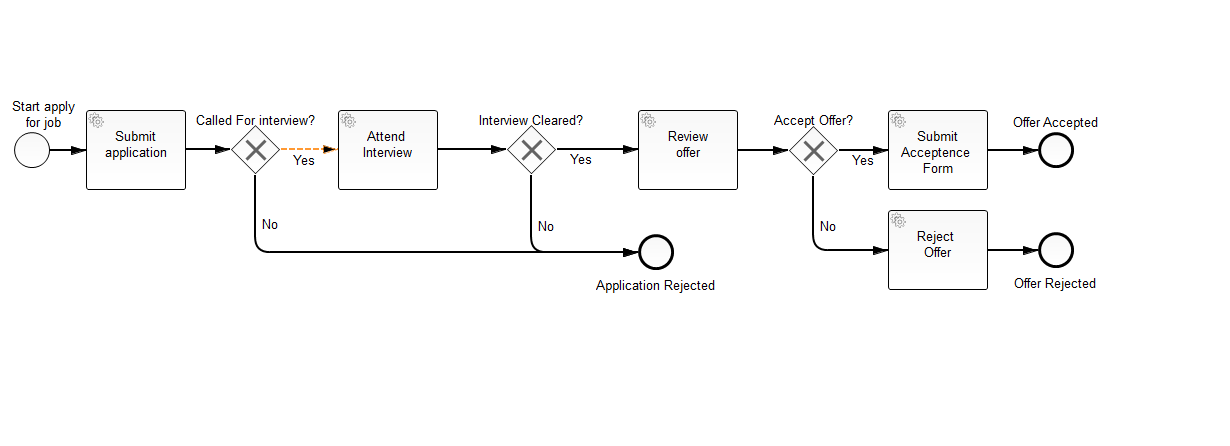
ushanandhan/springprojects keeps this BPMN diagram as Spring-Boot-Camel-Camunda/src/main/resources/applyForJob.png. Above is the earlier version. Its source is kept beside it as Spring-Boot-Camel-Camunda/src/main/resources/applyForJob.bpmn. Ids are renumbered.
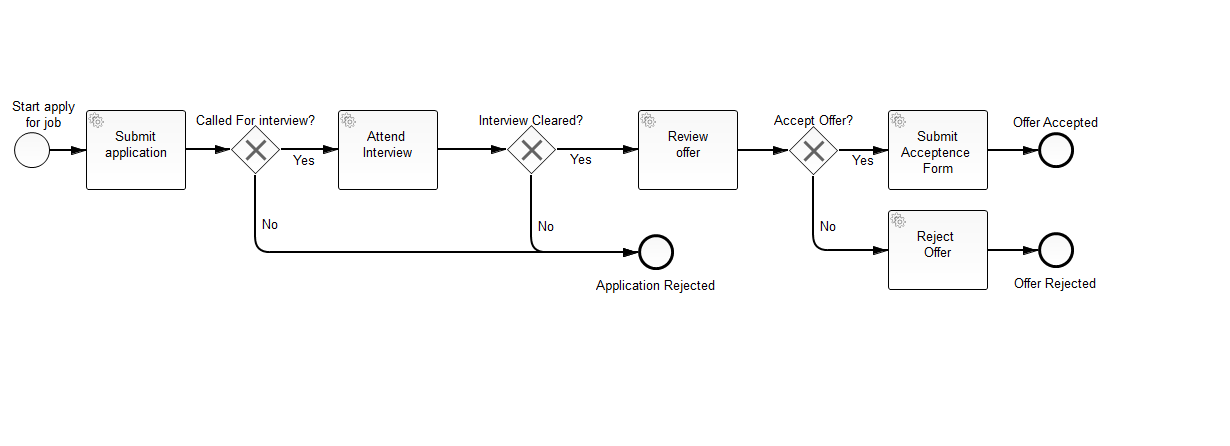
Above is the later version.

Change to the diagram source:
```diff
@@ -1,6 +1,6 @@
 <bpmn2:definitions xmlns:xsi="http://www.w3.org/2001/XMLSchema-instance" xmlns:bpmn2="http://www.omg.org/spec/BPMN/20100524/MODEL" xmlns:bpmndi="http://www.omg.org/spec/BPMN/20100524/DI" xmlns:camunda="http://activiti.org/bpmn" xmlns:dc="http://www.omg.org/spec/DD/20100524/DC" xmlns:di="http://www.omg.org/spec/DD/20100524/DI" xsi:schemaLocation="http://www.omg.org/spec/BPMN/20100524/MODEL BPMN20.xsd" id="_Ly9WYMWkEeiStfGgV75Kuw" exporter="camunda modeler" exporterVersion="2.7.1" targetNamespace="http://activiti.org/bpmn">
-  <bpmn2:process id="applyForJobProcess" name="Apply_For_Job" isExecutable="false">
-    <bpmn2:serviceTask id="ServiceTask_3" name="Review&#xD;&#xA;offer">
+  <bpmn2:process id="applyForJobProcess" name="Apply_For_Job" isExecutable="true">
+    <bpmn2:serviceTask id="ServiceTask_3" camunda:expression="${interviewProcessEngine.reviewOffer(execution)}" name="Review&#xD;&#xA;offer">
       <bpmn2:incoming>SequenceFlow_8</bpmn2:incoming>
       <bpmn2:outgoing>SequenceFlow_10</bpmn2:outgoing>
     </bpmn2:serviceTask>
@@ -8,52 +8,50 @@
       <bpmn2:outgoing>SequenceFlow_1</bpmn2:outgoing>
     </bpmn2:startEvent>
     <bpmn2:sequenceFlow id="SequenceFlow_1" name="" sourceRef="StartEvent_1" targetRef="ServiceTask_1"/>
-    <bpmn2:serviceTask id="ServiceTask_1" camunda:expression="${interviewProcessEngine.SubmitApplication(execution)}" name="Submit application">
+    <bpmn2:serviceTask id="ServiceTask_1" camunda:expression="${interviewProcessEngine.submitApplication(execution)}" name="Submit application">
       <bpmn2:incoming>SequenceFlow_1</bpmn2:incoming>
       <bpmn2:outgoing>SequenceFlow_4</bpmn2:outgoing>
     </bpmn2:serviceTask>
     <bpmn2:sequenceFlow id="SequenceFlow_4" name="" sourceRef="ServiceTask_1" targetRef="ExclusiveGateway_1"/>
-    <bpmn2:exclusiveGateway id="ExclusiveGateway_1" name="Called For interview?">
+    <bpmn2:exclusiveGateway id="ExclusiveGateway_1" name="Called For interview?" default="SequenceFlow_9">
       <bpmn2:incoming>SequenceFlow_4</bpmn2:incoming>
       <bpmn2:outgoing>SequenceFlow_5</bpmn2:outgoing>
-      <bpmn2:outgoing>SequenceFlow_13</bpmn2:outgoing>
+      <bpmn2:outgoing>SequenceFlow_9</bpmn2:outgoing>
     </bpmn2:exclusiveGateway>
     <bpmn2:sequenceFlow id="SequenceFlow_5" name="Yes" sourceRef="ExclusiveGateway_1" targetRef="ServiceTask_2">
-      <bpmn2:conditionExpression xsi:type="bpmn2:tFormalExpression"></bpmn2:conditionExpression>
+      <bpmn2:conditionExpression xsi:type="bpmn2:tFormalExpression">${interviewProcessEngine.isCalledForInterview(execution)}</bpmn2:conditionExpression>
     </bpmn2:sequenceFlow>
-    <bpmn2:serviceTask id="ServiceTask_2" name="Attend &#xD;&#xA;Interview">
+    <bpmn2:serviceTask id="ServiceTask_2" camunda:expression="${interviewProcessEngine.attendInterview(execution)}" name="Attend &#xD;&#xA;Interview">
       <bpmn2:incoming>SequenceFlow_5</bpmn2:incoming>
       <bpmn2:outgoing>SequenceFlow_7</bpmn2:outgoing>
     </bpmn2:serviceTask>
     <bpmn2:sequenceFlow id="SequenceFlow_7" name="" sourceRef="ServiceTask_2" targetRef="ExclusiveGateway_2"/>
-    <bpmn2:exclusiveGateway id="ExclusiveGateway_2" name="Interview Cleared?">
+    <bpmn2:exclusiveGateway id="ExclusiveGateway_2" name="Interview Cleared?" default="SequenceFlow_2">
       <bpmn2:incoming>SequenceFlow_7</bpmn2:incoming>
       <bpmn2:outgoing>SequenceFlow_8</bpmn2:outgoing>
-      <bpmn2:outgoing>SequenceFlow_14</bpmn2:outgoing>
+      <bpmn2:outgoing>SequenceFlow_2</bpmn2:outgoing>
     </bpmn2:exclusiveGateway>
-    <bpmn2:sequenceFlow id="SequenceFlow_8" name="Yes" sourceRef="ExclusiveGateway_2" targetRef="ServiceTask_3"/>
-    <bpmn2:exclusiveGateway id="ExclusiveGateway_3" name="Accept Offer?">
+    <bpmn2:sequenceFlow id="SequenceFlow_8" name="Yes" sourceRef="ExclusiveGateway_2" targetRef="ServiceTask_3">
+      <bpmn2:conditionExpression xsi:type="bpmn2:tFormalExpression">${interviewProcessEngine.isInterviewCleared(execution)}</bpmn2:conditionExpression>
+    </bpmn2:sequenceFlow>
+    <bpmn2:exclusiveGateway id="ExclusiveGateway_3" name="Accept Offer?" default="SequenceFlow_15">
       <bpmn2:incoming>SequenceFlow_10</bpmn2:incoming>
       <bpmn2:outgoing>SequenceFlow_11</bpmn2:outgoing>
       <bpmn2:outgoing>SequenceFlow_15</bpmn2:outgoing>
     </bpmn2:exclusiveGateway>
     <bpmn2:sequenceFlow id="SequenceFlow_10" name="" sourceRef="ServiceTask_3" targetRef="ExclusiveGateway_3"/>
-    <bpmn2:serviceTask id="ServiceTask_4" name="Submit&#xD;&#xA;Acceptence &#xD;&#xA;Form">
+    <bpmn2:serviceTask id="ServiceTask_4" camunda:expression="${interviewProcessEngine.submitAcceptenceForm(execution)}" name="Submit&#xD;&#xA;Acceptence &#xD;&#xA;Form">
       <bpmn2:incoming>SequenceFlow_11</bpmn2:incoming>
       <bpmn2:outgoing>SequenceFlow_12</bpmn2:outgoing>
     </bpmn2:serviceTask>
-    <bpmn2:sequenceFlow id="SequenceFlow_11" name="Yes" sourceRef="ExclusiveGateway_3" targetRef="ServiceTask_4"/>
+    <bpmn2:sequenceFlow id="SequenceFlow_11" name="Yes" sourceRef="ExclusiveGateway_3" targetRef="ServiceTask_4">
+      <bpmn2:conditionExpression xsi:type="bpmn2:tFormalExpression">${interviewProcessEngine.isOfferAccepted(execution)}</bpmn2:conditionExpression>
+    </bpmn2:sequenceFlow>
     <bpmn2:endEvent id="EndEvent_1" name="Offer Accepted">
       <bpmn2:incoming>SequenceFlow_12</bpmn2:incoming>
     </bpmn2:endEvent>
     <bpmn2:sequenceFlow id="SequenceFlow_12" name="" sourceRef="ServiceTask_4" targetRef="EndEvent_1"/>
-    <bpmn2:sequenceFlow id="SequenceFlow_13" name="No" sourceRef="ExclusiveGateway_1" targetRef="EndEvent_2"/>
-    <bpmn2:endEvent id="EndEvent_2" name="Application Rejected">
-      <bpmn2:incoming>SequenceFlow_13</bpmn2:incoming>
-      <bpmn2:incoming>SequenceFlow_14</bpmn2:incoming>
-    </bpmn2:endEvent>
-    <bpmn2:sequenceFlow id="SequenceFlow_14" name="No" sourceRef="ExclusiveGateway_2" targetRef="EndEvent_2"/>
-    <bpmn2:serviceTask id="ServiceTask_5" name="Reject &#xD;&#xA;Offer">
+    <bpmn2:serviceTask id="ServiceTask_5" camunda:expression="${interviewProcessEngine.offerRejected(execution)}" name="Reject &#xD;&#xA;Offer">
       <bpmn2:incoming>SequenceFlow_15</bpmn2:incoming>
       <bpmn2:outgoing>SequenceFlow_16</bpmn2:outgoing>
     </bpmn2:serviceTask>
@@ -61,6 +59,17 @@
     <bpmn2:sequenceFlow id="SequenceFlow_16" name="" sourceRef="ServiceTask_5" targetRef="EndEvent_3"/>
     <bpmn2:endEvent id="EndEvent_3" name="Offer Rejected">
       <bpmn2:incoming>SequenceFlow_16</bpmn2:incoming>
+    </bpmn2:endEvent>
+    <bpmn2:sequenceFlow id="SequenceFlow_2" name="" sourceRef="ExclusiveGateway_2" targetRef="ServiceTask_6"/>
+    <bpmn2:sequenceFlow id="SequenceFlow_9" name="" sourceRef="ExclusiveGateway_1" targetRef="ServiceTask_6"/>
+    <bpmn2:serviceTask id="ServiceTask_6" camunda:expression="${interviewProcessEngine.applicationRejected(execution)}" name="Reject Application">
+      <bpmn2:incoming>SequenceFlow_2</bpmn2:incoming>
+      <bpmn2:incoming>SequenceFlow_9</bpmn2:incoming>
+      <bpmn2:outgoing>SequenceFlow_6</bpmn2:outgoing>
+    </bpmn2:serviceTask>
+    <bpmn2:sequenceFlow id="SequenceFlow_6" name="" sourceRef="ServiceTask_6" targetRef="EndEvent_4"/>
+    <bpmn2:endEvent id="EndEvent_4" name="Application Rejected">
+      <bpmn2:incoming>SequenceFlow_6</bpmn2:incoming>
     </bpmn2:endEvent>
   </bpmn2:process>
   <bpmndi:BPMNDiagram id="BPMNDiagram_1">
@@ -154,28 +163,6 @@
         <di:waypoint xsi:type="dc:Point" x="986.0" y="150.0"/>
         <di:waypoint xsi:type="dc:Point" x="1036.0" y="150.0"/>
       </bpmndi:BPMNEdge>
-      <bpmndi:BPMNShape id="_BPMNShape_EndEvent_5" bpmnElement="EndEvent_2">
-        <dc:Bounds height="36.0" width="36.0" x="636.0" y="234.0"/>
-        <bpmndi:BPMNLabel>
-          <dc:Bounds height="0.0" width="0.0" x="654.0" y="275.0"/>
-        </bpmndi:BPMNLabel>
-      </bpmndi:BPMNShape>
-      <bpmndi:BPMNEdge id="BPMNEdge_SequenceFlow_13" bpmnElement="SequenceFlow_13" sourceElement="_BPMNShape_ExclusiveGateway_2" targetElement="_BPMNShape_EndEvent_5">
-        <di:waypoint xsi:type="dc:Point" x="253.0" y="174.0"/>
-        <di:waypoint xsi:type="dc:Point" x="253.0" y="252.0"/>
-        <di:waypoint xsi:type="dc:Point" x="636.0" y="252.0"/>
-        <bpmndi:BPMNLabel>
-          <dc:Bounds height="22.0" width="22.0" x="258.0" y="214.0"/>
-        </bpmndi:BPMNLabel>
-      </bpmndi:BPMNEdge>
-      <bpmndi:BPMNEdge id="BPMNEdge_SequenceFlow_14" bpmnElement="SequenceFlow_14" sourceElement="_BPMNShape_ExclusiveGateway_3" targetElement="_BPMNShape_EndEvent_5">
-        <di:waypoint xsi:type="dc:Point" x="529.0" y="174.0"/>
-        <di:waypoint xsi:type="dc:Point" x="529.0" y="252.0"/>
-        <di:waypoint xsi:type="dc:Point" x="636.0" y="252.0"/>
-        <bpmndi:BPMNLabel>
-          <dc:Bounds height="22.0" width="22.0" x="534.0" y="216.0"/>
-        </bpmndi:BPMNLabel>
-      </bpmndi:BPMNEdge>
       <bpmndi:BPMNShape id="_BPMNShape_ServiceTask_6" bpmnElement="ServiceTask_5">
         <dc:Bounds height="80.0" width="100.0" x="886.0" y="210.0"/>
       </bpmndi:BPMNShape>
@@ -200,6 +187,39 @@
           <dc:Bounds height="6.0" width="6.0" x="1008.0" y="250.0"/>
         </bpmndi:BPMNLabel>
       </bpmndi:BPMNEdge>
+      <bpmndi:BPMNShape id="_BPMNShape_ServiceTask_7" bpmnElement="ServiceTask_6">
+        <dc:Bounds height="80.0" width="100.0" x="610.0" y="213.0"/>
+      </bpmndi:BPMNShape>
+      <bpmndi:BPMNEdge id="BPMNEdge_SequenceFlow_2" bpmnElement="SequenceFlow_2" sourceElement="_BPMNShape_ExclusiveGateway_3" targetElement="_BPMNShape_ServiceTask_7">
+        <di:waypoint xsi:type="dc:Point" x="529.0" y="174.0"/>
+        <di:waypoint xsi:type="dc:Point" x="529.0" y="253.0"/>
+        <di:waypoint xsi:type="dc:Point" x="610.0" y="253.0"/>
+        <bpmndi:BPMNLabel>
+          <dc:Bounds height="6.0" width="6.0" x="572.0" y="253.0"/>
+        </bpmndi:BPMNLabel>
+      </bpmndi:BPMNEdge>
+      <bpmndi:BPMNShape id="_BPMNShape_EndEvent_7" bpmnElement="EndEvent_4">
+        <dc:Bounds height="36.0" width="36.0" x="758.0" y="235.0"/>
+        <bpmndi:BPMNLabel>
+          <dc:Bounds height="22.0" width="125.0" x="714.0" y="276.0"/>
+        </bpmndi:BPMNLabel>
+      </bpmndi:BPMNShape>
+      <bpmndi:BPMNEdge id="BPMNEdge_SequenceFlow_6" bpmnElement="SequenceFlow_6" sourceElement="_BPMNShape_ServiceTask_7" targetElement="_BPMNShape_EndEvent_7">
+        <di:waypoint xsi:type="dc:Point" x="710.0" y="253.0"/>
+        <di:waypoint xsi:type="dc:Point" x="758.0" y="253.0"/>
+        <bpmndi:BPMNLabel>
+          <dc:Bounds height="6.0" width="6.0" x="719.0" y="253.0"/>
+        </bpmndi:BPMNLabel>
+      </bpmndi:BPMNEdge>
+      <bpmndi:BPMNEdge id="BPMNEdge_SequenceFlow_9" bpmnElement="SequenceFlow_9" sourceElement="_BPMNShape_ExclusiveGateway_2" targetElement="_BPMNShape_ServiceTask_7">
+        <di:waypoint xsi:type="dc:Point" x="253.0" y="174.0"/>
+        <di:waypoint xsi:type="dc:Point" x="253.0" y="253.0"/>
+        <di:waypoint xsi:type="dc:Point" x="430.0" y="253.0"/>
+        <di:waypoint xsi:type="dc:Point" x="610.0" y="253.0"/>
+        <bpmndi:BPMNLabel>
+          <dc:Bounds height="6.0" width="6.0" x="376.0" y="253.0"/>
+        </bpmndi:BPMNLabel>
+      </bpmndi:BPMNEdge>
     </bpmndi:BPMNPlane>
   </bpmndi:BPMNDiagram>
 </bpmn2:definitions>
```
